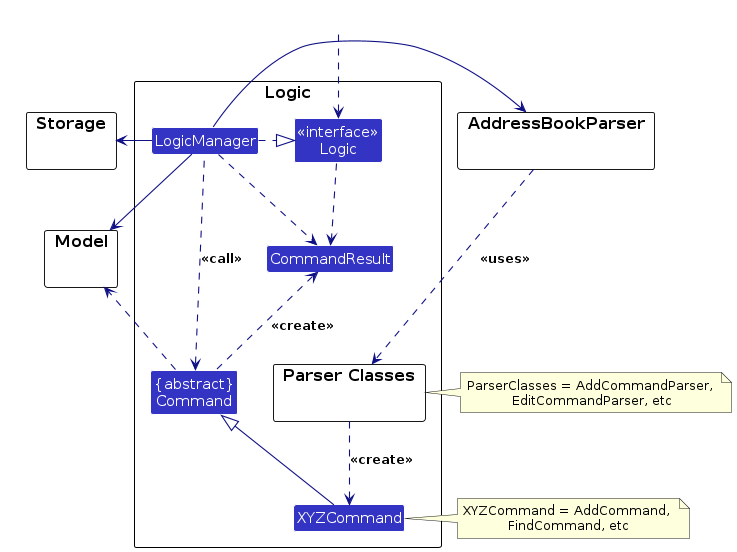
The PlantUML diagram docs/images/LogicClassDiagram.png in AY2526S2-CS2103-F09-1/tp, before a commit.
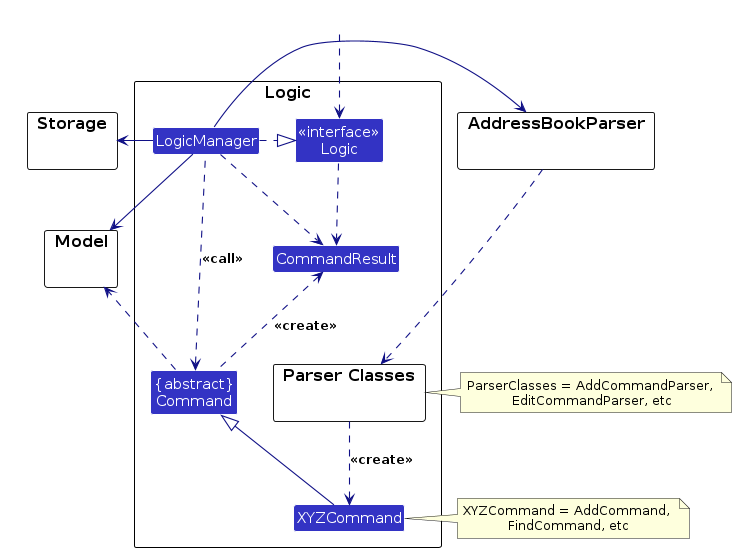
The same diagram one commit later.

Commit message:
fix: Remove unused stereotype

Diff of the diagram source:
```diff
@@ -34,7 +34,7 @@
 
 LogicManager .right.|> Logic
 LogicManager -right-> AddressBookParser
-AddressBookParser -right..> ParserClasses : <<uses>>
+AddressBookParser -right..> ParserClasses
 ParserClasses ..> XYZCommand : <<create>>
 note right of ParserClasses: ParserClasses = AddCommandParser, \nEditCommandParser, etc
 
```
